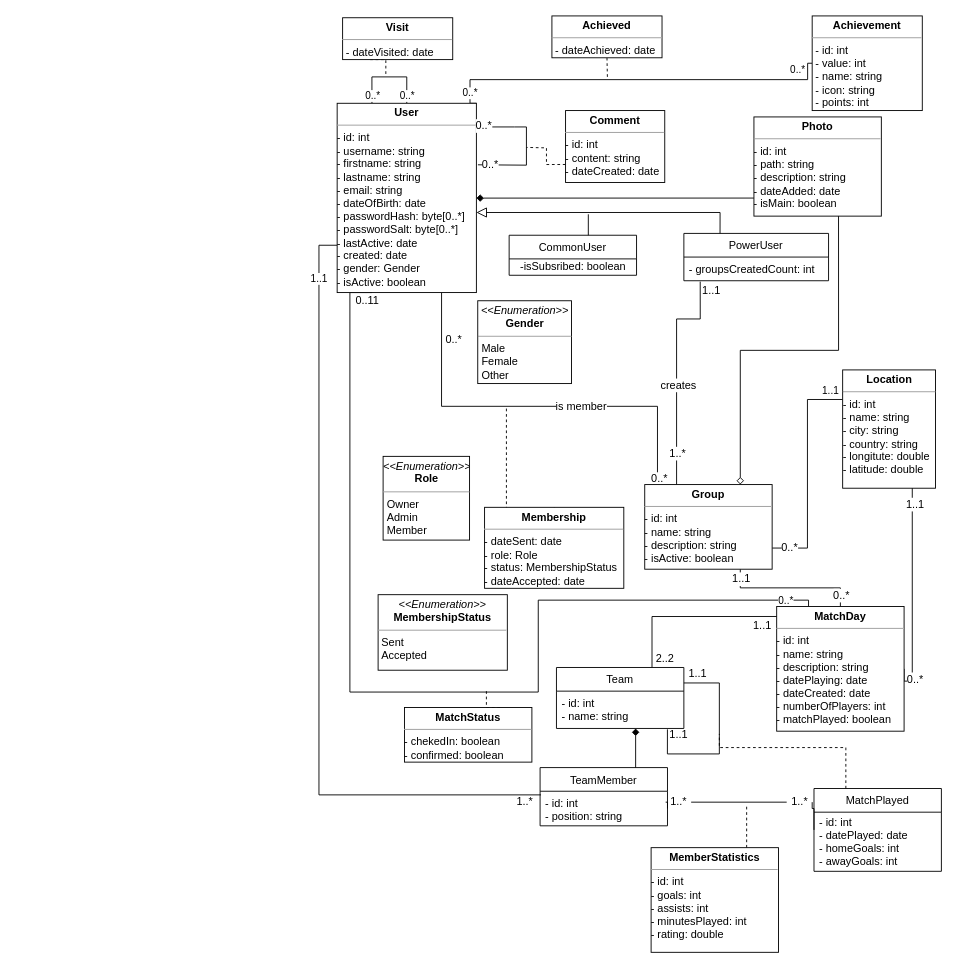
This is FootballAppModel.drawio from milosnikic/FootballApp, a draw.io file, before an edit. Source tidied: cells renumbered, new cells numbered last; positions are measured from the earlier drawing's top-left corner, leaving out a move shared by most shapes. Both pictures are drawn from the tidied source at 91%, with x=0, y=0 at pixel (337, 15).
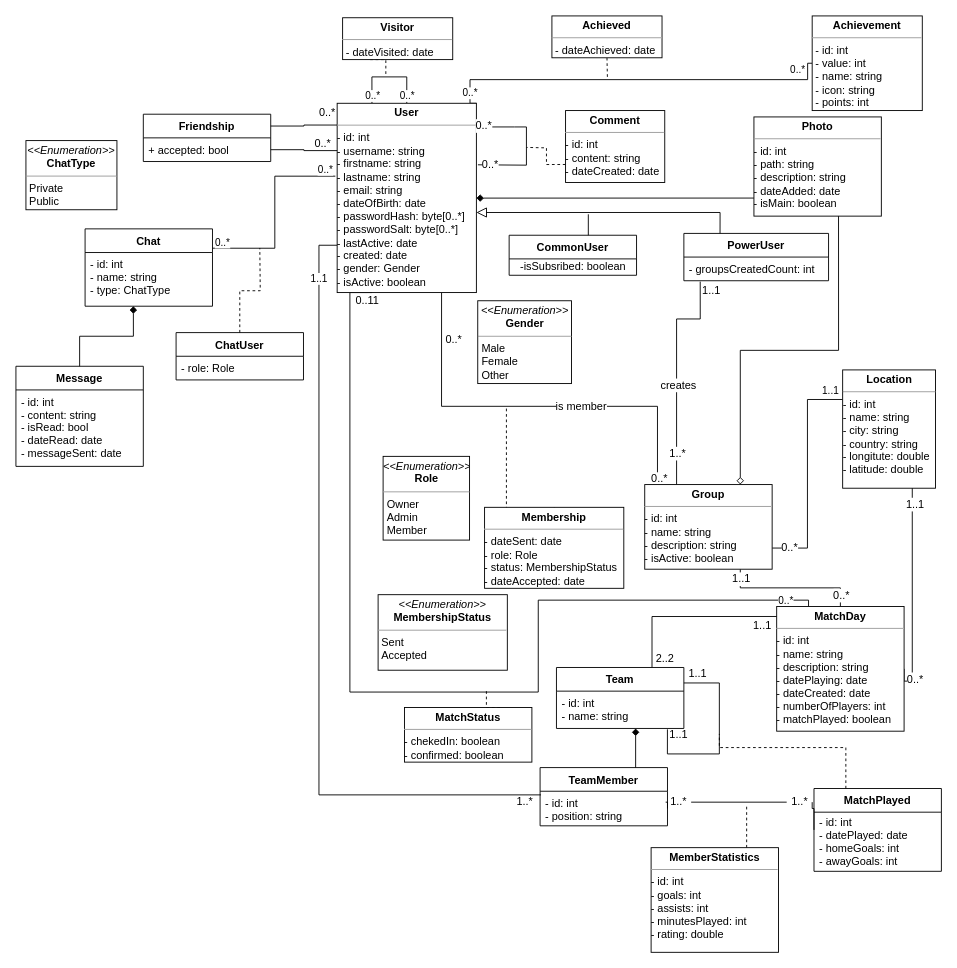
The same diagram, later.

Commit message (it also covers changes not shown here):
- Database model updated

Unchanged cells that the change refers to:
```xml
<mxCell id="21" value="&lt;p style=&quot;margin: 0px ; margin-top: 4px ; text-align: center&quot;&gt;&lt;b&gt;User&lt;/b&gt;&lt;/p&gt;&lt;hr size=&quot;1&quot;&gt;&lt;div style=&quot;height: 2px&quot;&gt;- id: int&lt;br&gt;- username: string&lt;br&gt;- firstname: string&lt;br&gt;- lastname: string&lt;br&gt;- email: string&lt;br&gt;- dateOfBirth: date&lt;br&gt;- passwordHash: byte[0..*]&lt;br&gt;- passwordSalt: byte[0..*]&lt;br&gt;- lastActive: date&lt;br&gt;- created: date&lt;br&gt;- gender: Gender&lt;br&gt;- isActive: boolean&lt;/div&gt;" style="verticalAlign=top;align=left;overflow=fill;fontSize=12;fontFamily=Helvetica;html=1;" parent="1" vertex="1">
  <mxGeometry y="96" width="153" height="208" as="geometry" />
</mxCell>
```

Diff of the diagram source:
```diff
@@
-    <mxCell id="58" value="TeamMember" style="swimlane;fontStyle=0;horizontal=1;startSize=26;fillColor=none;" parent="1" vertex="1">
+    <mxCell id="58" value="TeamMember" style="swimlane;fontStyle=1;horizontal=1;startSize=26;fillColor=none;" parent="1" vertex="1">
       <mxGeometry x="223" y="826" width="140" height="64" as="geometry" />
     </mxCell>
@@
-    <mxCell id="60" value="Team" style="swimlane;fontStyle=0;horizontal=1;startSize=26;fillColor=none;" parent="1" vertex="1">
+    <mxCell id="60" value="Team" style="swimlane;fontStyle=1;horizontal=1;startSize=26;fillColor=none;" parent="1" vertex="1">
       <mxGeometry x="241" y="716" width="140" height="67" as="geometry" />
     </mxCell>
@@
-    <mxCell id="65" value="MatchPlayed" style="swimlane;fontStyle=0;horizontal=1;startSize=26;fillColor=none;" parent="1" vertex="1">
+    <mxCell id="65" value="MatchPlayed" style="swimlane;fontStyle=1;horizontal=1;startSize=26;fillColor=none;" parent="1" vertex="1">
       <mxGeometry x="524" y="849" width="140" height="91" as="geometry" />
     </mxCell>
@@
-    <mxCell id="72" value="PowerUser" style="swimlane;fontStyle=0;horizontal=1;startSize=26;fillColor=none;" parent="1" vertex="1">
+    <mxCell id="72" value="PowerUser" style="swimlane;fontStyle=1;horizontal=1;startSize=26;fillColor=none;" parent="1" vertex="1">
       <mxGeometry x="381" y="239" width="159" height="52" as="geometry" />
     </mxCell>
@@
-    <mxCell id="74" value="CommonUser" style="swimlane;fontStyle=0;horizontal=1;startSize=26;fillColor=none;" parent="1" vertex="1">
+    <mxCell id="74" value="CommonUser" style="swimlane;fontStyle=1;horizontal=1;startSize=26;fillColor=none;" parent="1" vertex="1">
       <mxGeometry x="189" y="241" width="140" height="44" as="geometry" />
     </mxCell>
@@
-    <mxCell id="77" value="&lt;p style=&quot;margin: 0px ; margin-top: 4px ; text-align: center&quot;&gt;&lt;b&gt;Visit&lt;/b&gt;&lt;/p&gt;&lt;hr size=&quot;1&quot;&gt;&lt;p style=&quot;margin: 0px ; margin-left: 4px&quot;&gt;- dateVisited: date&lt;/p&gt;&lt;p style=&quot;margin: 0px ; margin-left: 4px&quot;&gt;&lt;br&gt;&lt;/p&gt;" style="verticalAlign=top;align=left;overflow=fill;fontSize=12;fontFamily=Helvetica;html=1;" parent="1" vertex="1">
+    <mxCell id="77" value="&lt;p style=&quot;margin: 0px ; margin-top: 4px ; text-align: center&quot;&gt;&lt;b&gt;Visitor&lt;/b&gt;&lt;/p&gt;&lt;hr size=&quot;1&quot;&gt;&lt;p style=&quot;margin: 0px ; margin-left: 4px&quot;&gt;- dateVisited: date&lt;/p&gt;&lt;p style=&quot;margin: 0px ; margin-left: 4px&quot;&gt;&lt;br&gt;&lt;/p&gt;" style="verticalAlign=top;align=left;overflow=fill;fontSize=12;fontFamily=Helvetica;html=1;" parent="1" vertex="1">
       <mxGeometry x="6" y="2" width="121" height="46" as="geometry" />
     </mxCell>
@@
+    <mxCell id="82" style="edgeStyle=orthogonalEdgeStyle;rounded=0;jettySize=auto;html=1;exitX=1;exitY=0.25;exitDx=0;exitDy=0;entryX=0;entryY=0.115;entryDx=0;entryDy=0;entryPerimeter=0;endArrow=none;endFill=0;" parent="1" edge="1" source="83" target="21">
+      <mxGeometry relative="1" as="geometry" />
+    </mxCell>
+    <mxCell id="83" value="Friendship" style="swimlane;fontStyle=1;horizontal=1;startSize=26;fillColor=none;" parent="1" vertex="1">
+      <mxGeometry x="-213" y="108" width="140" height="52" as="geometry" />
+    </mxCell>
+    <mxCell id="84" value="+ accepted: bool" style="text;strokeColor=none;fillColor=none;align=left;verticalAlign=top;spacingLeft=4;spacingRight=4;overflow=hidden;points=[[0,0.5],[1,0.5]];portConstraint=eastwest;" parent="83" vertex="1">
+      <mxGeometry y="26" width="140" height="26" as="geometry" />
+    </mxCell>
+    <mxCell id="85" style="edgeStyle=orthogonalEdgeStyle;rounded=0;jettySize=auto;html=1;exitX=1;exitY=0.5;exitDx=0;exitDy=0;entryX=0;entryY=0.25;entryDx=0;entryDy=0;endArrow=none;endFill=0;" parent="1" edge="1" source="84" target="21">
+      <mxGeometry relative="1" as="geometry" />
+    </mxCell>
+    <mxCell id="86" value="0..*" style="text;html=1;align=center;verticalAlign=middle;strokeColor=none;" parent="1" vertex="1">
+      <mxGeometry x="-25" y="98" width="28" height="18" as="geometry" />
+    </mxCell>
+    <mxCell id="87" value="0..*" style="text;html=1;align=center;verticalAlign=middle;strokeColor=none;" parent="1" vertex="1">
+      <mxGeometry x="-30" y="132" width="28" height="18" as="geometry" />
+    </mxCell>
+    <mxCell id="88" style="edgeStyle=orthogonalEdgeStyle;rounded=0;jettySize=auto;html=1;exitX=1;exitY=0.25;exitDx=0;exitDy=0;entryX=-0.013;entryY=0.385;entryDx=0;entryDy=0;entryPerimeter=0;endArrow=none;endFill=0;" parent="1" edge="1" source="91" target="21">
+      <mxGeometry relative="1" as="geometry" />
+    </mxCell>
+    <mxCell id="89" value="0..*" style="edgeLabel;html=1;align=center;verticalAlign=middle;" parent="88" vertex="1">
+      <mxGeometry x="0.89" relative="1" as="geometry">
+        <mxPoint x="1" y="-8" as="offset" />
+      </mxGeometry>
+    </mxCell>
+    <mxCell id="90" value="0..*" style="edgeLabel;html=1;align=center;verticalAlign=middle;" parent="88" vertex="1">
+      <mxGeometry x="-0.81" relative="1" as="geometry">
+        <mxPoint x="-9" y="-7" as="offset" />
+      </mxGeometry>
+    </mxCell>
+    <mxCell id="91" value="Chat" style="swimlane;fontStyle=1;horizontal=1;startSize=26;fillColor=none;" parent="1" vertex="1">
+      <mxGeometry x="-277" y="234" width="140" height="85" as="geometry" />
+    </mxCell>
+    <mxCell id="92" value="- id: int&#10;- name: string&#10;- type: ChatType&#10;" style="text;strokeColor=none;fillColor=none;align=left;verticalAlign=top;spacingLeft=4;spacingRight=4;overflow=hidden;points=[[0,0.5],[1,0.5]];portConstraint=eastwest;" parent="91" vertex="1">
+      <mxGeometry y="26" width="140" height="59" as="geometry" />
+    </mxCell>
+    <mxCell id="93" style="edgeStyle=orthogonalEdgeStyle;rounded=0;jettySize=auto;html=1;exitX=0.5;exitY=0;exitDx=0;exitDy=0;entryX=0.379;entryY=1;entryDx=0;entryDy=0;entryPerimeter=0;endArrow=diamond;endFill=1;" parent="1" edge="1" source="94" target="92">
+      <mxGeometry relative="1" as="geometry" />
+    </mxCell>
+    <mxCell id="94" value="Message" style="swimlane;fontStyle=1;horizontal=1;startSize=26;fillColor=none;" parent="1" vertex="1">
+      <mxGeometry x="-353" y="385" width="140" height="110" as="geometry" />
+    </mxCell>
+    <mxCell id="95" value="- id: int&#10;- content: string&#10;- isRead: bool&#10;- dateRead: date&#10;- messageSent: date" style="text;strokeColor=none;fillColor=none;align=left;verticalAlign=top;spacingLeft=4;spacingRight=4;overflow=hidden;" parent="94" vertex="1">
+      <mxGeometry y="26" width="140" height="84" as="geometry" />
+    </mxCell>
+    <mxCell id="96" style="edgeStyle=orthogonalEdgeStyle;rounded=0;jettySize=auto;html=1;exitX=0.5;exitY=0;exitDx=0;exitDy=0;endArrow=none;endFill=0;dashed=1;" parent="1" edge="1" source="97">
+      <mxGeometry relative="1" as="geometry">
+        <mxPoint x="-85" y="255" as="targetPoint" />
+      </mxGeometry>
+    </mxCell>
+    <mxCell id="97" value="ChatUser" style="swimlane;fontStyle=1;horizontal=1;startSize=26;fillColor=none;" parent="1" vertex="1">
+      <mxGeometry x="-177" y="348" width="140" height="52" as="geometry" />
+    </mxCell>
+    <mxCell id="98" value="- role: Role" style="text;strokeColor=none;fillColor=none;align=left;verticalAlign=top;spacingLeft=4;spacingRight=4;overflow=hidden;" parent="97" vertex="1">
+      <mxGeometry y="26" width="140" height="26" as="geometry" />
+    </mxCell>
+    <mxCell id="99" value="&lt;p style=&quot;margin: 0px ; margin-top: 4px ; text-align: center&quot;&gt;&lt;i&gt;&amp;lt;&amp;lt;Enumeration&amp;gt;&amp;gt;&lt;/i&gt;&lt;br&gt;&lt;b&gt;ChatType&lt;/b&gt;&lt;/p&gt;&lt;hr size=&quot;1&quot;&gt;&lt;p style=&quot;margin: 0px ; margin-left: 4px&quot;&gt;Private&lt;br&gt;Public&lt;/p&gt;&lt;p style=&quot;margin: 0px ; margin-left: 4px&quot;&gt;&lt;br&gt;&lt;/p&gt;" style="verticalAlign=top;align=left;overflow=fill;fontSize=12;fontFamily=Helvetica;html=1;" parent="1" vertex="1">
+      <mxGeometry x="-342" y="137" width="100" height="76" as="geometry" />
+    </mxCell>
```
